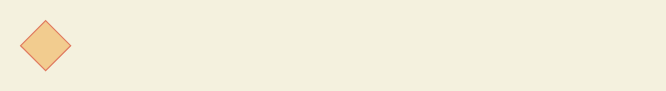
Earlier version of the draw.io diagram first_lesson_itstep.drawio (rmastodon0603/itstep_course_uml). Source tidied: cells renumbered, new cells numbered last; positions are measured from the earlier drawing's top-left corner, leaving out a move shared by most shapes. Both pictures are drawn from the tidied source at 125%, with x=0, y=0 at pixel (20, 20).
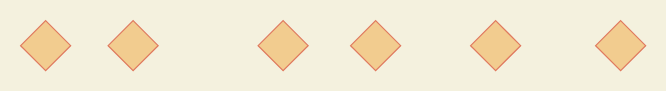
Above is the later version.

Change to the diagram source:
```diff
@@
 <mxGraphModel background="#F4F1DE">
   <root>
     <mxCell id="0" />
     <mxCell id="1" parent="0" />
     <mxCell id="2" style="rhombus;whiteSpace=wrap;html=1;fontColor=#393C56;strokeColor=#E07A5F;fillColor=#F2CC8F;" parent="1" vertex="1">
       <mxGeometry width="40" height="40" as="geometry" />
     </mxCell>
+    <mxCell id="3" style="rhombus;whiteSpace=wrap;html=1;fontColor=#393C56;strokeColor=#E07A5F;fillColor=#F2CC8F;" parent="1" vertex="1">
+      <mxGeometry x="70" width="40" height="40" as="geometry" />
+    </mxCell>
+    <mxCell id="4" style="rhombus;whiteSpace=wrap;html=1;fontColor=#393C56;strokeColor=#E07A5F;fillColor=#F2CC8F;" parent="1" vertex="1">
+      <mxGeometry x="190" width="40" height="40" as="geometry" />
+    </mxCell>
+    <mxCell id="5" style="rhombus;whiteSpace=wrap;html=1;fontColor=#393C56;strokeColor=#E07A5F;fillColor=#F2CC8F;" parent="1" vertex="1">
+      <mxGeometry x="264" width="40" height="40" as="geometry" />
+    </mxCell>
+    <mxCell id="6" style="rhombus;whiteSpace=wrap;html=1;fontColor=#393C56;strokeColor=#E07A5F;fillColor=#F2CC8F;" parent="1" vertex="1">
+      <mxGeometry x="360" width="40" height="40" as="geometry" />
+    </mxCell>
+    <mxCell id="7" style="rhombus;whiteSpace=wrap;html=1;fontColor=#393C56;strokeColor=#E07A5F;fillColor=#F2CC8F;" parent="1" vertex="1">
+      <mxGeometry x="460" width="40" height="40" as="geometry" />
+    </mxCell>
   </root>
 </mxGraphModel>
```
